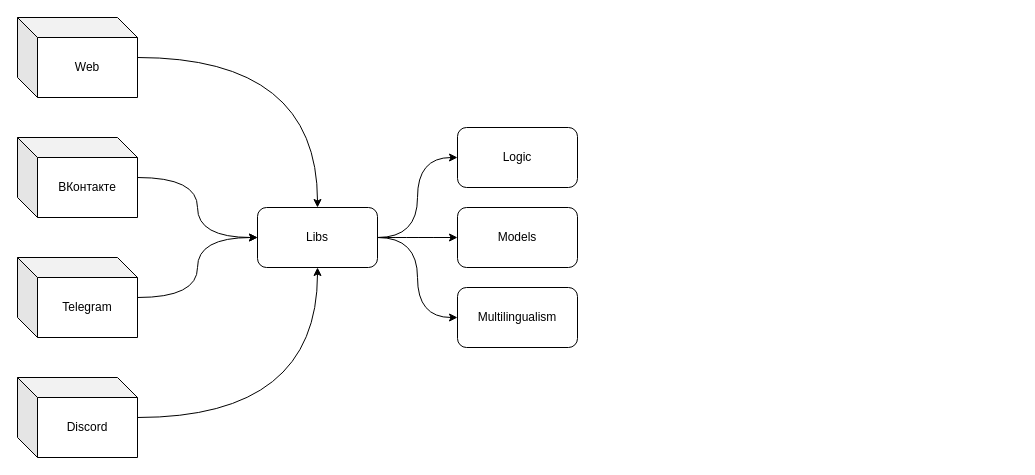
The draw.io diagram page "Main" (1 of 4) of docs/microservices.drawio in ilyamixaltik/empire-future-nestjs, before the edit. Source tidied: cells renumbered, new cells numbered last; positions are measured from the earlier drawing's top-left corner, leaving out a move shared by most shapes. Both pictures are drawn from the tidied source at 100%, with x=0, y=0 at pixel (17, 17).
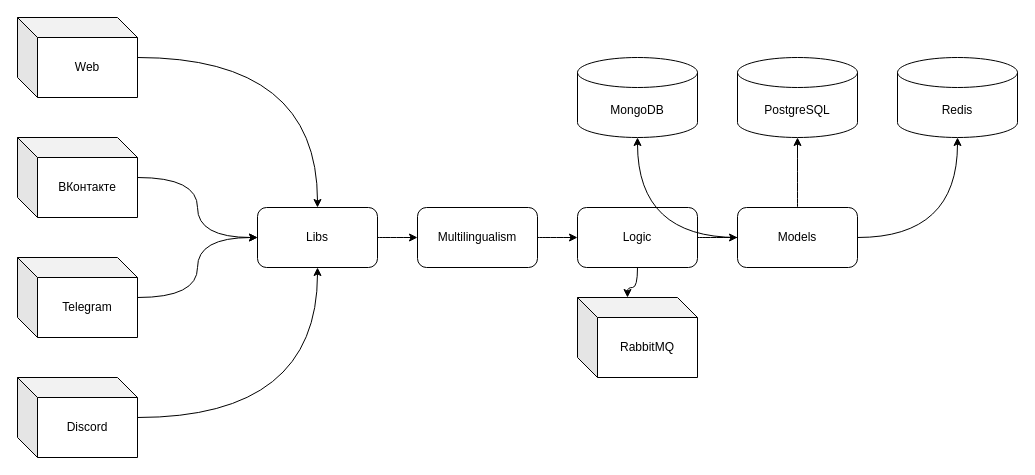
The same diagram, later.

Unchanged cells that the change refers to:
```xml
<mxCell id="13" value="Libs" style="rounded=1;whiteSpace=wrap;html=1;" parent="1" vertex="1">
  <mxGeometry x="240" y="190" width="120" height="60" as="geometry" />
</mxCell>
```

The edit, as a diff of the source:
```diff
@@
-    <mxCell id="10" style="edgeStyle=orthogonalEdgeStyle;curved=1;rounded=0;jettySize=auto;html=1;entryX=0;entryY=0.5;entryDx=0;entryDy=0;" parent="1" edge="1" source="13" target="14">
-      <mxGeometry relative="1" as="geometry" />
-    </mxCell>
-    <mxCell id="11" style="edgeStyle=orthogonalEdgeStyle;curved=1;rounded=0;jettySize=auto;html=1;entryX=0;entryY=0.5;entryDx=0;entryDy=0;" parent="1" edge="1" source="13" target="15">
-      <mxGeometry relative="1" as="geometry" />
-    </mxCell>
@@
+    <mxCell id="17" style="edgeStyle=orthogonalEdgeStyle;curved=1;rounded=0;jettySize=auto;html=1;entryX=0;entryY=0.5;entryDx=0;entryDy=0;" parent="1" edge="1" source="14" target="15">
+      <mxGeometry relative="1" as="geometry" />
+    </mxCell>
+    <mxCell id="18" style="edgeStyle=orthogonalEdgeStyle;curved=1;rounded=0;jettySize=auto;html=1;entryX=0;entryY=0;entryDx=50;entryDy=0;entryPerimeter=0;" parent="1" edge="1" source="14" target="26">
+      <mxGeometry relative="1" as="geometry" />
+    </mxCell>
     <mxCell id="14" value="Logic" style="rounded=1;whiteSpace=wrap;html=1;" parent="1" vertex="1">
-      <mxGeometry x="440" y="110" width="120" height="60" as="geometry" />
+      <mxGeometry x="560" y="190" width="120" height="60" as="geometry" />
     </mxCell>
+    <mxCell id="19" style="edgeStyle=orthogonalEdgeStyle;curved=1;rounded=0;jettySize=auto;html=1;entryX=0.5;entryY=1;entryDx=0;entryDy=0;entryPerimeter=0;" parent="1" edge="1" source="15" target="24">
+      <mxGeometry relative="1" as="geometry" />
+    </mxCell>
+    <mxCell id="20" style="edgeStyle=orthogonalEdgeStyle;curved=1;rounded=0;jettySize=auto;html=1;entryX=0.5;entryY=1;entryDx=0;entryDy=0;entryPerimeter=0;" parent="1" edge="1" source="15" target="25">
+      <mxGeometry relative="1" as="geometry" />
+    </mxCell>
+    <mxCell id="21" style="edgeStyle=orthogonalEdgeStyle;curved=1;rounded=0;jettySize=auto;html=1;entryX=0.5;entryY=1;entryDx=0;entryDy=0;entryPerimeter=0;" parent="1" edge="1" source="15" target="23">
+      <mxGeometry relative="1" as="geometry" />
+    </mxCell>
     <mxCell id="15" value="Models" style="rounded=1;whiteSpace=wrap;html=1;" parent="1" vertex="1">
-      <mxGeometry x="440" y="190" width="120" height="60" as="geometry" />
+      <mxGeometry x="720" y="190" width="120" height="60" as="geometry" />
     </mxCell>
+    <mxCell id="22" style="edgeStyle=orthogonalEdgeStyle;curved=1;rounded=0;jettySize=auto;html=1;entryX=0;entryY=0.5;entryDx=0;entryDy=0;" parent="1" edge="1" source="16" target="14">
+      <mxGeometry relative="1" as="geometry" />
+    </mxCell>
     <mxCell id="16" value="Multilingualism" style="rounded=1;whiteSpace=wrap;html=1;" parent="1" vertex="1">
-      <mxGeometry x="440" y="270" width="120" height="60" as="geometry" />
+      <mxGeometry x="400" y="190" width="120" height="60" as="geometry" />
     </mxCell>
+    <mxCell id="23" value="MongoDB" style="shape=cylinder3;whiteSpace=wrap;html=1;boundedLbl=1;backgroundOutline=1;size=15;" parent="1" vertex="1">
+      <mxGeometry x="560" y="40" width="120" height="80" as="geometry" />
+    </mxCell>
+    <mxCell id="24" value="PostgreSQL" style="shape=cylinder3;whiteSpace=wrap;html=1;boundedLbl=1;backgroundOutline=1;size=15;" parent="1" vertex="1">
+      <mxGeometry x="720" y="40" width="120" height="80" as="geometry" />
+    </mxCell>
+    <mxCell id="25" value="Redis" style="shape=cylinder3;whiteSpace=wrap;html=1;boundedLbl=1;backgroundOutline=1;size=15;" parent="1" vertex="1">
+      <mxGeometry x="880" y="40" width="120" height="80" as="geometry" />
+    </mxCell>
+    <mxCell id="26" value="RabbitMQ" style="shape=cube;whiteSpace=wrap;html=1;boundedLbl=1;backgroundOutline=1;darkOpacity=0.05;darkOpacity2=0.1;" parent="1" vertex="1">
+      <mxGeometry x="560" y="280" width="120" height="80" as="geometry" />
+    </mxCell>
```
